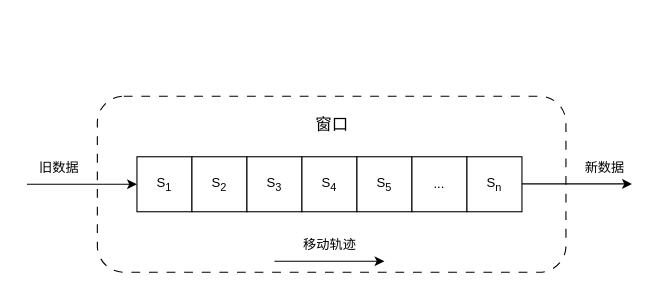
This is testDirectory/滑动窗口机制.drawio from Moose1273/-, a draw.io file, before an edit. Source tidied: cells renumbered, new cells numbered last; positions are measured from the earlier drawing's top-left corner, leaving out a move shared by most shapes. Both pictures are drawn from the tidied source at 110%, with x=0, y=0 at pixel (25, 96).
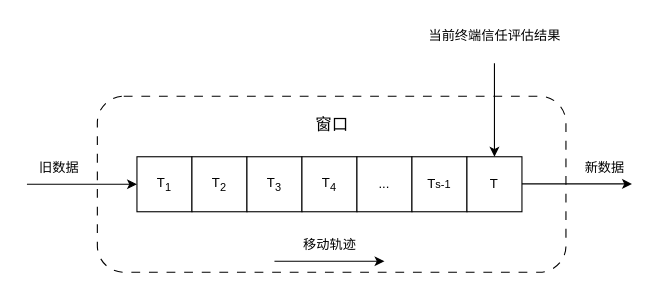
The same diagram, later.

Commit message:
更新滑动窗口机制.drawio

Change to the diagram source:
```diff
@@
-    <mxCell id="3" value="S&lt;sub&gt;1&lt;/sub&gt;" style="rounded=0;whiteSpace=wrap;html=1;" parent="1" vertex="1">
+    <mxCell id="3" value="T&lt;sub&gt;1&lt;/sub&gt;" style="rounded=0;whiteSpace=wrap;html=1;" parent="1" vertex="1">
       <mxGeometry x="101" y="55" width="50" height="50" as="geometry" />
     </mxCell>
-    <mxCell id="4" value="S&lt;sub&gt;2&lt;/sub&gt;" style="rounded=0;whiteSpace=wrap;html=1;" parent="1" vertex="1">
+    <mxCell id="4" value="T&lt;sub&gt;2&lt;/sub&gt;" style="rounded=0;whiteSpace=wrap;html=1;" parent="1" vertex="1">
       <mxGeometry x="151" y="55" width="50" height="50" as="geometry" />
     </mxCell>
-    <mxCell id="5" value="S&lt;sub&gt;3&lt;/sub&gt;" style="rounded=0;whiteSpace=wrap;html=1;" parent="1" vertex="1">
+    <mxCell id="5" value="T&lt;sub&gt;3&lt;/sub&gt;" style="rounded=0;whiteSpace=wrap;html=1;" parent="1" vertex="1">
       <mxGeometry x="201" y="55" width="50" height="50" as="geometry" />
     </mxCell>
-    <mxCell id="6" value="S&lt;sub&gt;4&lt;/sub&gt;" style="rounded=0;whiteSpace=wrap;html=1;" parent="1" vertex="1">
+    <mxCell id="6" value="T&lt;sub&gt;4&lt;/sub&gt;" style="rounded=0;whiteSpace=wrap;html=1;" parent="1" vertex="1">
       <mxGeometry x="251" y="55" width="50" height="50" as="geometry" />
     </mxCell>
-    <mxCell id="7" value="S&lt;sub&gt;5&lt;/sub&gt;" style="rounded=0;whiteSpace=wrap;html=1;" parent="1" vertex="1">
+    <mxCell id="7" value="..." style="rounded=0;whiteSpace=wrap;html=1;" parent="1" vertex="1">
       <mxGeometry x="301" y="55" width="50" height="50" as="geometry" />
     </mxCell>
-    <mxCell id="8" value="..." style="rounded=0;whiteSpace=wrap;html=1;" parent="1" vertex="1">
+    <mxCell id="8" value="T&lt;span style=&quot;font-size: 10px;&quot;&gt;s-1&lt;/span&gt;" style="rounded=0;whiteSpace=wrap;html=1;" parent="1" vertex="1">
       <mxGeometry x="351" y="55" width="50" height="50" as="geometry" />
     </mxCell>
-    <mxCell id="9" value="S&lt;sub&gt;n&lt;/sub&gt;" style="rounded=0;whiteSpace=wrap;html=1;" parent="1" vertex="1">
+    <mxCell id="9" value="T" style="rounded=0;whiteSpace=wrap;html=1;" parent="1" vertex="1">
       <mxGeometry x="401" y="55" width="50" height="50" as="geometry" />
     </mxCell>
@@
+    <mxCell id="17" style="endArrow=classic;html=1;rounded=0;entryX=0.5;entryY=0;entryDx=0;entryDy=0;" parent="1" edge="1" target="9">
+      <mxGeometry relative="1" as="geometry">
+        <mxPoint x="426" y="-30" as="sourcePoint" />
+      </mxGeometry>
+    </mxCell>
+    <mxCell id="18" value="当前终端信任评估结果" style="text;html=1;align=center;verticalAlign=middle;strokeColor=none;fillColor=none;" parent="1" vertex="1">
+      <mxGeometry x="356" y="-70" width="140" height="30" as="geometry" />
+    </mxCell>
```
